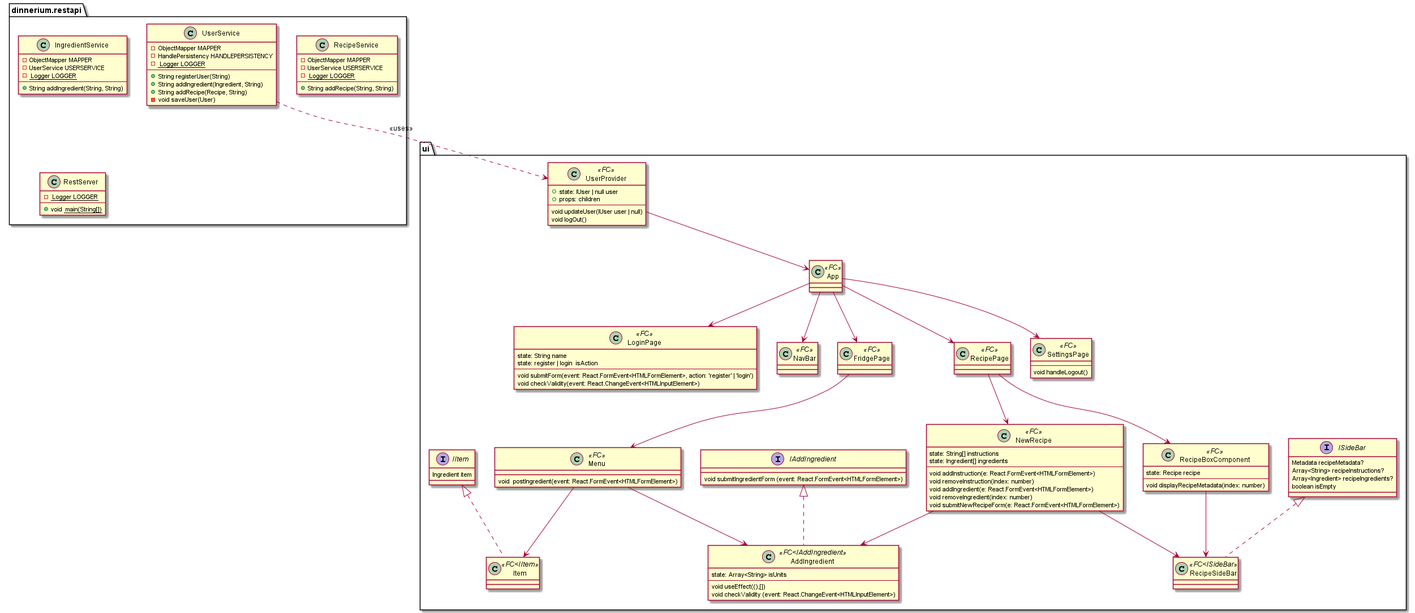
Earlier version of the PlantUML export documentation/diagrams/class_diagram_ui.png (joonerik/dinnerium). Its diagram source:
```plantuml
@startuml class_diagram_ui



package dinnerium.restapi{
    class IngredientService {
        - ObjectMapper MAPPER
        - UserService USERSERVICE
        - <u> Logger LOGGER
        --
        + String addIngredient(String, String)
    }

    class RecipeService {
        - ObjectMapper MAPPER
        - UserService USERSERVICE
        - <u> Logger LOGGER
        --
        + String addRecipe(String, String)
    }

    class UserService {
        - ObjectMapper MAPPER
        - HandlePersistency HANDLEPERSISTENCY
        - <u> Logger LOGGER
        --
        + String registerUser(String)
        + String addIngredient(Ingredient, String)
        + String addRecipe(Recipe, String)
        - void saveUser(User)
    }

    class RestServer {
        - <u> Logger LOGGER
        --
        + void <u> main(String[])
    }
}

package ui {
class UserProvider<<FC>>{
    + state: IUser | null user
    + props: children
    --
    void updateUser(IUser user | null)
    void logOut()
}
class App<<FC>>{
}
class LoginPage<<FC>>{
    state: String name
    state: register | login  isAction
    --
    void submitForm(event: React.FormEvent<HTMLFormElement>, action: 'register' | 'login')
    void checkValidity(event: React.ChangeEvent<HTMLInputElement>)
}
class NavBar<<FC>>{}

class FridgePage<<FC>>{
}
class Menu<<FC>>{
    void  postIngredient(event: React.FormEvent<HTMLFormElement>)
}
interface IItem{
    Ingredient item
}
class Item<<FC<IItem>>> implements IItem{}
interface IAddIngredient{
    void submitIngredientForm (event: React.FormEvent<HTMLFormElement>)
}
class AddIngredient<<FC<IAddIngredient>> implements IAddIngredient{
    state: Array<String> isUnits
    --
    void useEffect((),[])
    void checkValidity (event: React.ChangeEvent<HTMLInputElement>)
}
class RecipePage<<FC>>{}

class RecipeBoxComponent<<FC>>{
    state: Recipe recipe
    --
    void displayRecipeMetadata(index: number)
}
class NewRecipe<<FC>>{
    state: String[] instructions
    state: Ingredient[] ingredients
    --
    void addInstruction(e: React.FormEvent<HTMLFormElement>)
    void removeInstruction(index: number)
    void addIngredient(e: React.FormEvent<HTMLFormElement>)
    void removeIngredient(index: number)
    void submitNewRecipeForm(e: React.FormEvent<HTMLFormElement>)
}
interface ISideBar{
    Metadata recipeMetadata?
    Array<String> recipeInstructions?
    Array<Ingredient> recipeIngredients?
    boolean isEmpty

}
class RecipeSideBar<<FC<ISideBar>>> implements ISideBar{}

class SettingsPage<<FC>>{
    --
    void handleLogout()
}

}
UserProvider --> App
App --> LoginPage
App --> NavBar
App --> RecipePage
RecipePage --> RecipeBoxComponent
RecipePage --> NewRecipe
NewRecipe --> RecipeSideBar
RecipeBoxComponent --> RecipeSideBar
NewRecipe --> AddIngredient
App --> FridgePage
FridgePage --> Menu
Menu --> AddIngredient
Menu --> Item
App -->  SettingsPage
UserService ..> UserProvider: <<uses>>
@enduml
```
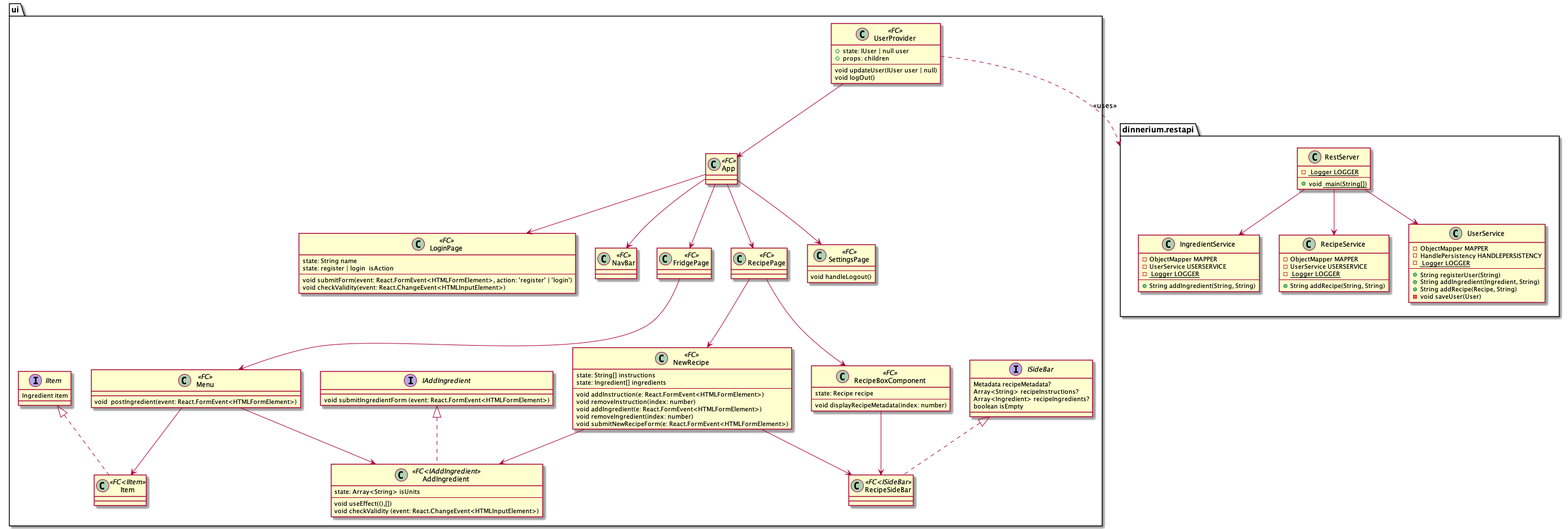
After the commit.

Commit message:
small rework on ui_class_diagram and fxui_class_diagram

The edit, as a diff of the source:
```diff
@@ -38,72 +38,84 @@
 }
 
 package ui {
-class UserProvider<<FC>>{
-    + state: IUser | null user
-    + props: children
-    --
-    void updateUser(IUser user | null)
-    void logOut()
-}
-class App<<FC>>{
-}
-class LoginPage<<FC>>{
-    state: String name
-    state: register | login  isAction
-    --
-    void submitForm(event: React.FormEvent<HTMLFormElement>, action: 'register' | 'login')
-    void checkValidity(event: React.ChangeEvent<HTMLInputElement>)
-}
-class NavBar<<FC>>{}
+    class UserProvider<<FC>>{
+        + state: IUser | null user
+        + props: children
+        --
+        void updateUser(IUser user | null)
+        void logOut()
+    }
 
-class FridgePage<<FC>>{
-}
-class Menu<<FC>>{
-    void  postIngredient(event: React.FormEvent<HTMLFormElement>)
-}
-interface IItem{
-    Ingredient item
-}
-class Item<<FC<IItem>>> implements IItem{}
-interface IAddIngredient{
-    void submitIngredientForm (event: React.FormEvent<HTMLFormElement>)
-}
-class AddIngredient<<FC<IAddIngredient>> implements IAddIngredient{
-    state: Array<String> isUnits
-    --
-    void useEffect((),[])
-    void checkValidity (event: React.ChangeEvent<HTMLInputElement>)
-}
-class RecipePage<<FC>>{}
+    class App<<FC>>{
+    }
 
-class RecipeBoxComponent<<FC>>{
-    state: Recipe recipe
-    --
-    void displayRecipeMetadata(index: number)
-}
-class NewRecipe<<FC>>{
-    state: String[] instructions
-    state: Ingredient[] ingredients
-    --
-    void addInstruction(e: React.FormEvent<HTMLFormElement>)
-    void removeInstruction(index: number)
-    void addIngredient(e: React.FormEvent<HTMLFormElement>)
-    void removeIngredient(index: number)
-    void submitNewRecipeForm(e: React.FormEvent<HTMLFormElement>)
-}
-interface ISideBar{
-    Metadata recipeMetadata?
-    Array<String> recipeInstructions?
-    Array<Ingredient> recipeIngredients?
-    boolean isEmpty
+    class LoginPage<<FC>>{
+        state: String name
+        state: register | login  isAction
+        --
+        void submitForm(event: React.FormEvent<HTMLFormElement>, action: 'register' | 'login')
+        void checkValidity(event: React.ChangeEvent<HTMLInputElement>)
+    }
 
-}
-class RecipeSideBar<<FC<ISideBar>>> implements ISideBar{}
+    class NavBar<<FC>>{}
 
-class SettingsPage<<FC>>{
-    --
-    void handleLogout()
-}
+    class FridgePage<<FC>>{
+    }
+
+    class Menu<<FC>>{
+        void  postIngredient(event: React.FormEvent<HTMLFormElement>)
+    }
+
+    interface IItem{
+        Ingredient item
+    }
+
+    class Item<<FC<IItem>>> implements IItem{}
+
+    interface IAddIngredient{
+        void submitIngredientForm (event: React.FormEvent<HTMLFormElement>)
+    }
+
+    class AddIngredient<<FC<IAddIngredient>> implements IAddIngredient{
+        state: Array<String> isUnits
+        --
+        void useEffect((),[])
+        void checkValidity (event: React.ChangeEvent<HTMLInputElement>)
+    }
+
+    class RecipePage<<FC>>{}
+
+    class RecipeBoxComponent<<FC>>{
+        state: Recipe recipe
+        --
+        void displayRecipeMetadata(index: number)
+    }
+
+    class NewRecipe<<FC>>{
+        state: String[] instructions
+        state: Ingredient[] ingredients
+        --
+        void addInstruction(e: React.FormEvent<HTMLFormElement>)
+        void removeInstruction(index: number)
+        void addIngredient(e: React.FormEvent<HTMLFormElement>)
+        void removeIngredient(index: number)
+        void submitNewRecipeForm(e: React.FormEvent<HTMLFormElement>)
+    }
+
+    interface ISideBar{
+        Metadata recipeMetadata?
+        Array<String> recipeInstructions?
+        Array<Ingredient> recipeIngredients?
+        boolean isEmpty
+
+    }
+
+    class RecipeSideBar<<FC<ISideBar>>> implements ISideBar{}
+
+    class SettingsPage<<FC>>{
+        --
+        void handleLogout()
+    }
 
 }
 UserProvider --> App
@@ -120,5 +132,8 @@
 Menu --> AddIngredient
 Menu --> Item
 App -->  SettingsPage
-UserService ..> UserProvider: <<uses>>
+UserProvider ..> dinnerium.restapi: <<uses>>
+RestServer --> RecipeService
+RestServer --> IngredientService
+RestServer --> UserService
 @enduml
```
